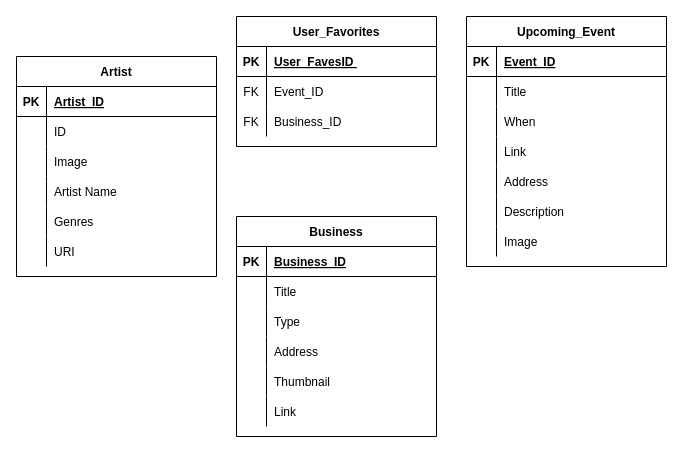
Before: Untitled Diagram.drawio in NotNanetteKaye/FullStack-capstone2022, a draw.io diagram. Source tidied: cells renumbered, new cells numbered last; positions are measured from the earlier drawing's top-left corner, leaving out a move shared by most shapes. Both pictures are drawn from the tidied source at 100%, with x=0, y=0 at pixel (16, 16).
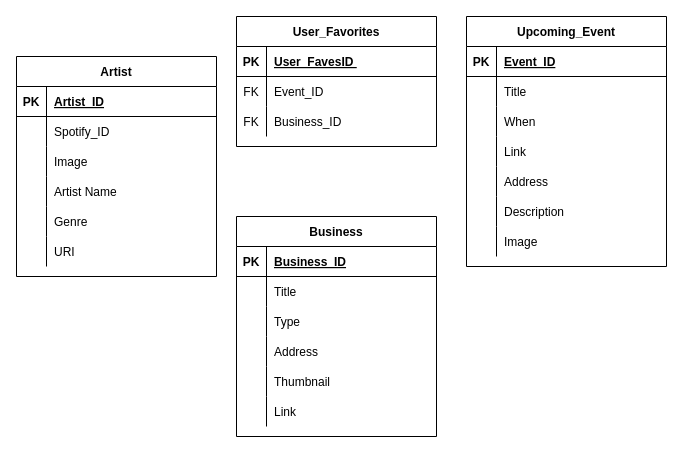
The same page after the edit.

Commit message:
Modified Artists Table

The change refers to these unchanged cells:
```xml
<mxCell id="57" style="shape=partialRectangle;fillColor=none;top=0;left=0;right=0;bottom=0;" parent="53" vertex="1">
  <mxGeometry y="60" width="200" height="30" as="geometry" />
</mxCell>
<mxCell id="66" style="shape=partialRectangle;fillColor=none;top=0;left=0;right=0;bottom=0;" parent="53" vertex="1">
  <mxGeometry y="150" width="200" height="30" as="geometry" />
</mxCell>
```

Change to the diagram source:
```diff
@@
-    <mxCell id="59" value="ID" style="shape=partialRectangle;overflow=hidden;fillColor=none;top=0;left=0;bottom=0;right=0;align=left;spacingLeft=6;" parent="57" vertex="1">
+    <mxCell id="59" value="Spotify_ID" style="shape=partialRectangle;overflow=hidden;fillColor=none;top=0;left=0;bottom=0;right=0;align=left;spacingLeft=6;" parent="57" vertex="1">
       <mxGeometry x="30" width="170" height="30" as="geometry" />
     </mxCell>
@@
-    <mxCell id="68" value="Genres" style="shape=partialRectangle;overflow=hidden;fillColor=none;top=0;left=0;bottom=0;right=0;align=left;spacingLeft=6;" parent="66" vertex="1">
+    <mxCell id="68" value="Genre" style="shape=partialRectangle;overflow=hidden;fillColor=none;top=0;left=0;bottom=0;right=0;align=left;spacingLeft=6;" parent="66" vertex="1">
       <mxGeometry x="30" width="170" height="30" as="geometry" />
     </mxCell>
```
